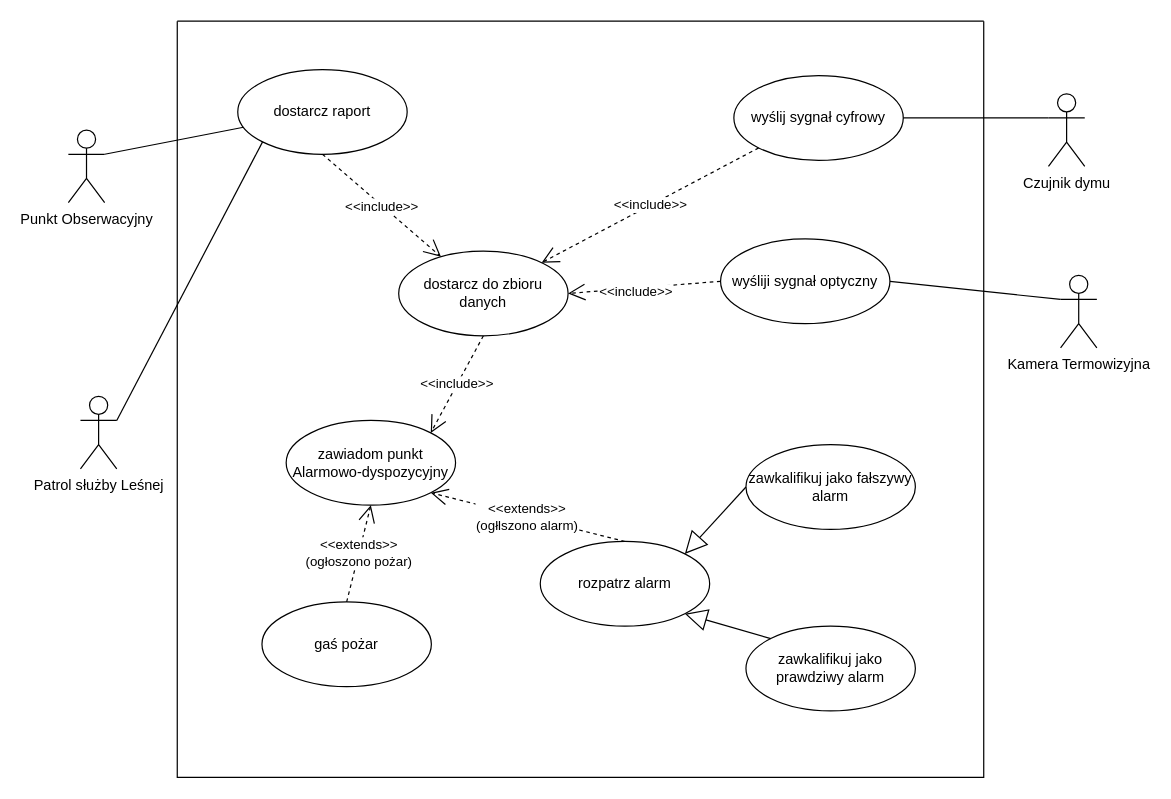
Before: page "przypadki użycia" (1 of 5) of uml_pozar_lasu.drawio in broniuu/projekt_inzynieria, a draw.io diagram. Source tidied: cells renumbered, new cells numbered last; positions are measured from the earlier drawing's top-left corner, leaving out a move shared by most shapes. Both pictures are drawn from the tidied source at 121%, with x=0, y=0 at pixel (68, 21).
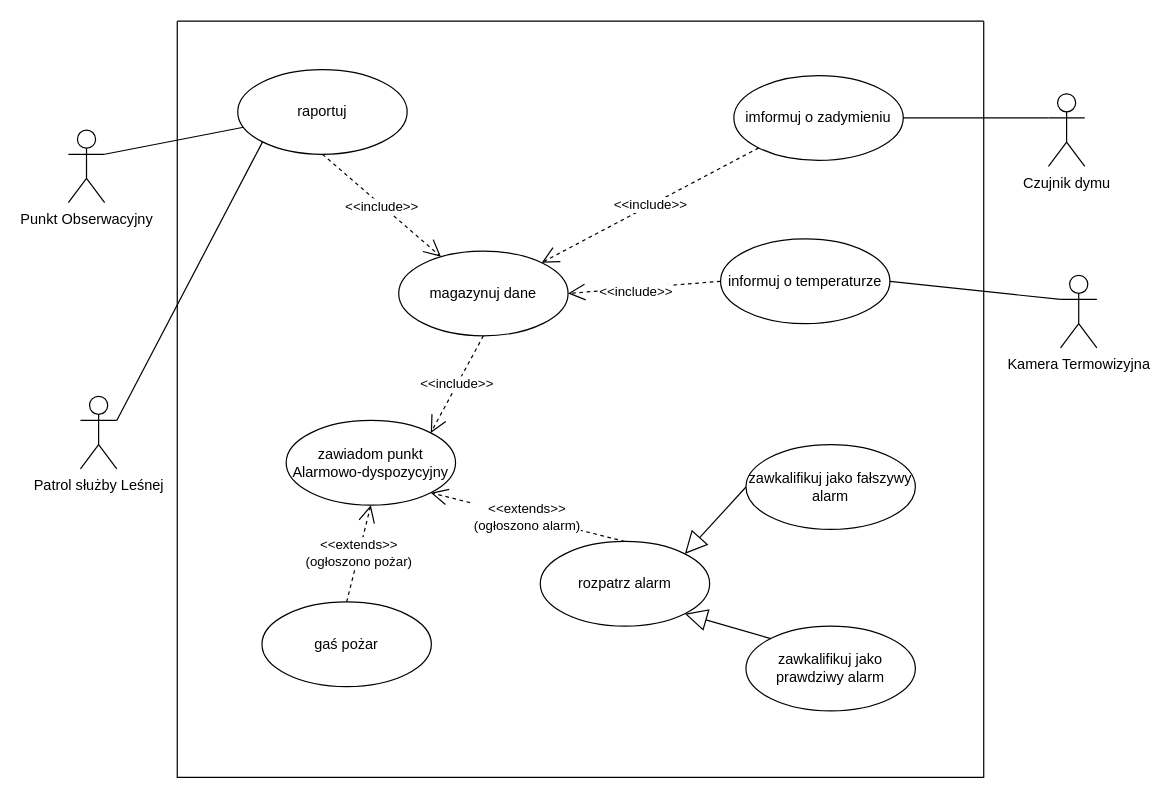
The same page after the edit.

Unchanged cells that the change refers to:
```xml
<mxCell id="6" style="swimlane;startSize=0;" parent="1" vertex="1">
  <mxGeometry x="90" width="666.5" height="625" as="geometry" />
</mxCell>
<mxCell id="14" value="zawiadom punkt Alarmowo-dyspozycyjny" style="ellipse;whiteSpace=wrap;html=1;" parent="6" vertex="1">
  <mxGeometry x="90" y="330" width="140" height="70" as="geometry" />
</mxCell>
<mxCell id="16" value="rozpatrz alarm" style="ellipse;whiteSpace=wrap;html=1;" parent="6" vertex="1">
  <mxGeometry x="300" y="430" width="140" height="70" as="geometry" />
</mxCell>
```

Diff of the diagram source:
```diff
@@
-    <mxCell id="7" value="dostarcz raport" style="ellipse;whiteSpace=wrap;html=1;" parent="6" vertex="1">
+    <mxCell id="7" value="raportuj" style="ellipse;whiteSpace=wrap;html=1;" parent="6" vertex="1">
       <mxGeometry x="50" y="40" width="140" height="70" as="geometry" />
     </mxCell>
-    <mxCell id="8" value="dostarcz do zbioru danych" style="ellipse;whiteSpace=wrap;html=1;" parent="6" vertex="1">
+    <mxCell id="8" value="magazynuj dane" style="ellipse;whiteSpace=wrap;html=1;" parent="6" vertex="1">
       <mxGeometry x="183" y="190" width="140" height="70" as="geometry" />
     </mxCell>
-    <mxCell id="9" value="wyślij sygnał cyfrowy" style="ellipse;whiteSpace=wrap;html=1;" parent="6" vertex="1">
+    <mxCell id="9" value="imformuj o zadymieniu" style="ellipse;whiteSpace=wrap;html=1;" parent="6" vertex="1">
       <mxGeometry x="460" y="45" width="140" height="70" as="geometry" />
     </mxCell>
-    <mxCell id="10" value="wyśliji sygnał optyczny" style="ellipse;whiteSpace=wrap;html=1;" parent="6" vertex="1">
+    <mxCell id="10" value="informuj o temperaturze" style="ellipse;whiteSpace=wrap;html=1;" parent="6" vertex="1">
       <mxGeometry x="449" y="180" width="140" height="70" as="geometry" />
     </mxCell>
@@
-    <mxCell id="19" value="&amp;lt;&amp;lt;extends&amp;gt;&amp;gt;&lt;br&gt;(ogłlszono alarm)" style="endArrow=open;endSize=12;dashed=1;html=1;exitX=0.5;exitY=0;exitDx=0;exitDy=0;entryX=1;entryY=1;entryDx=0;entryDy=0;" parent="6" edge="1" source="16" target="14">
+    <mxCell id="19" value="&amp;lt;&amp;lt;extends&amp;gt;&amp;gt;&lt;br&gt;(ogłoszono alarm)" style="endArrow=open;endSize=12;dashed=1;html=1;exitX=0.5;exitY=0;exitDx=0;exitDy=0;entryX=1;entryY=1;entryDx=0;entryDy=0;" parent="6" edge="1" source="16" target="14">
       <mxGeometry relative="1" as="geometry" />
     </mxCell>
```
